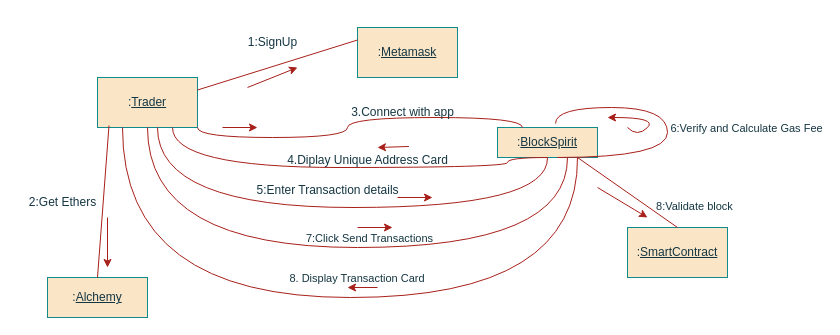
The draw.io diagram collab.drawio in CODEX108/Computer-Security, before the edit. Source tidied: cells renumbered, new cells numbered last; positions are measured from the earlier drawing's top-left corner, leaving out a move shared by most shapes. Both pictures are drawn from the tidied source at 100%, with x=0, y=0 at pixel (17, 27).
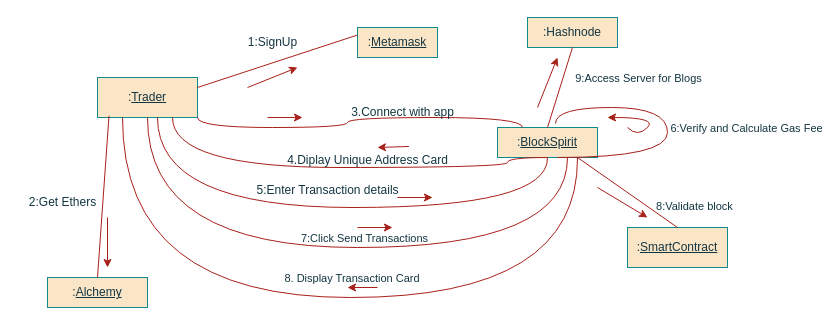
The same diagram, later.

The change refers to these unchanged cells:
```xml
<mxCell id="3" value=":&lt;u&gt;BlockSpirit&lt;/u&gt;" style="html=1;whiteSpace=wrap;labelBackgroundColor=none;fillColor=#FAE5C7;strokeColor=#0F8B8D;fontColor=#143642;" parent="1" vertex="1">
  <mxGeometry x="480" y="100" width="100" height="30" as="geometry" />
</mxCell>
```

What changed in the source:
```diff
@@
     <mxCell id="2" value=":&lt;u&gt;Trader&lt;/u&gt;" style="html=1;whiteSpace=wrap;labelBackgroundColor=none;fillColor=#FAE5C7;strokeColor=#0F8B8D;fontColor=#143642;" parent="1" vertex="1">
-      <mxGeometry x="80" y="50" width="100" height="50" as="geometry" />
+      <mxGeometry x="80" y="50" width="100" height="40" as="geometry" />
     </mxCell>
@@
     <mxCell id="4" value=":&lt;u&gt;Metamask&lt;/u&gt;" style="html=1;whiteSpace=wrap;labelBackgroundColor=none;fillColor=#FAE5C7;strokeColor=#0F8B8D;fontColor=#143642;" parent="1" vertex="1">
-      <mxGeometry x="340" width="100" height="50" as="geometry" />
+      <mxGeometry x="340" width="80" height="30" as="geometry" />
     </mxCell>
     <mxCell id="5" value=":&lt;u&gt;SmartContract&lt;/u&gt;" style="html=1;whiteSpace=wrap;labelBackgroundColor=none;fillColor=#FAE5C7;strokeColor=#0F8B8D;fontColor=#143642;" parent="1" vertex="1">
-      <mxGeometry x="610" y="200" width="100" height="50" as="geometry" />
+      <mxGeometry x="610" y="200" width="100" height="40" as="geometry" />
     </mxCell>
@@
     <mxCell id="9" value=":&lt;u&gt;Alchemy&lt;/u&gt;" style="html=1;whiteSpace=wrap;labelBackgroundColor=none;fillColor=#FAE5C7;strokeColor=#0F8B8D;fontColor=#143642;" parent="1" vertex="1">
-      <mxGeometry x="30" y="250" width="100" height="40" as="geometry" />
+      <mxGeometry x="30" y="250" width="100" height="30" as="geometry" />
     </mxCell>
@@
     <mxCell id="28" style="endArrow=classic;html=1;rounded=0;labelBackgroundColor=none;strokeColor=#A8201A;fontColor=default;" parent="1" edge="1">
       <mxGeometry relative="1" as="geometry">
-        <mxPoint x="205" y="100" as="sourcePoint" />
-        <mxPoint x="240" y="100" as="targetPoint" />
+        <mxPoint x="250" y="90" as="sourcePoint" />
+        <mxPoint x="285" y="90" as="targetPoint" />
       </mxGeometry>
     </mxCell>
@@
+    <mxCell id="34" value=":Hashnode" style="rounded=0;whiteSpace=wrap;html=1;strokeColor=#0F8B8D;fontColor=#143642;fillColor=#FAE5C7;" parent="1" vertex="1">
+      <mxGeometry x="510" y="-10" width="90" height="30" as="geometry" />
+    </mxCell>
+    <mxCell id="35" style="endArrow=none;html=1;rounded=0;strokeColor=#A8201A;fontColor=#143642;fillColor=#FAE5C7;entryX=0.5;entryY=1;entryDx=0;entryDy=0;exitX=0.5;exitY=0;exitDx=0;exitDy=0;" parent="1" edge="1" source="3" target="34">
+      <mxGeometry relative="1" as="geometry" />
+    </mxCell>
+    <mxCell id="36" value="9:Access Server for Blogs" style="edgeLabel;html=1;align=center;verticalAlign=middle;strokeColor=#0F8B8D;fontColor=#143642;fillColor=#FAE5C7;" parent="35" vertex="1">
+      <mxGeometry x="0.41" y="-9" relative="1" as="geometry">
+        <mxPoint x="64" y="4" as="offset" />
+      </mxGeometry>
+    </mxCell>
+    <mxCell id="37" style="endArrow=classic;html=1;rounded=0;strokeColor=#A8201A;fontColor=#143642;fillColor=#FAE5C7;" parent="1" edge="1">
+      <mxGeometry relative="1" as="geometry">
+        <mxPoint x="520" y="80" as="sourcePoint" />
+        <mxPoint x="540" y="30" as="targetPoint" />
+      </mxGeometry>
+    </mxCell>
```
